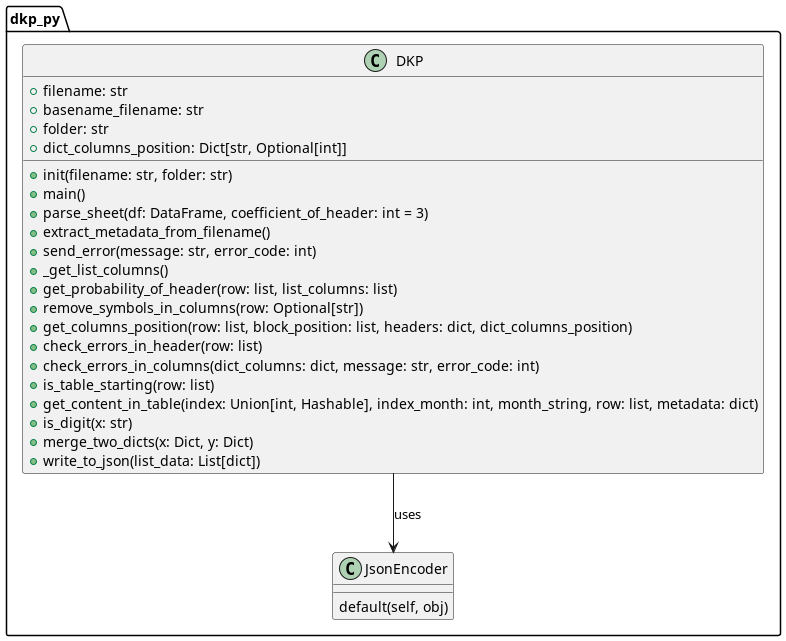
Earlier version of the PlantUML export diagrams/dkp_class_diagram.png (agladsoft/DataCore).
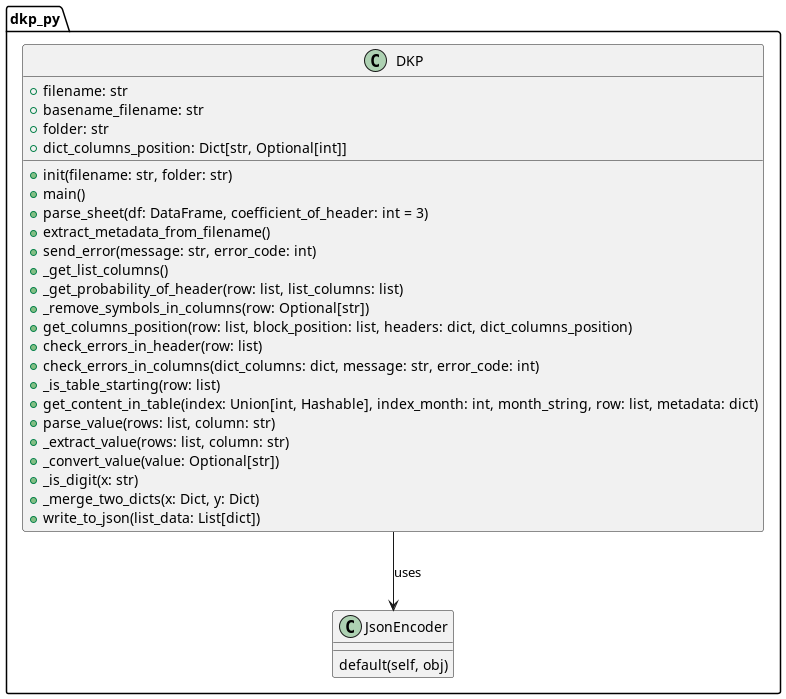
The same diagram one commit later.

What changed in the source:
```diff
@@ -14,15 +14,18 @@
         + extract_metadata_from_filename()
         + send_error(message: str, error_code: int)
         + _get_list_columns()
-        + get_probability_of_header(row: list, list_columns: list)
-        + remove_symbols_in_columns(row: Optional[str])
+        + _get_probability_of_header(row: list, list_columns: list)
+        + _remove_symbols_in_columns(row: Optional[str])
         + get_columns_position(row: list, block_position: list, headers: dict, dict_columns_position)
         + check_errors_in_header(row: list)
         + check_errors_in_columns(dict_columns: dict, message: str, error_code: int)
-        + is_table_starting(row: list)
+        + _is_table_starting(row: list)
         + get_content_in_table(index: Union[int, Hashable], index_month: int, month_string, row: list, metadata: dict)
-        + is_digit(x: str)
-        + merge_two_dicts(x: Dict, y: Dict)
+        + parse_value(rows: list, column: str)
+        + _extract_value(rows: list, column: str)
+        + _convert_value(value: Optional[str])
+        + _is_digit(x: str)
+        + _merge_two_dicts(x: Dict, y: Dict)
         + write_to_json(list_data: List[dict])
     }
 
```
